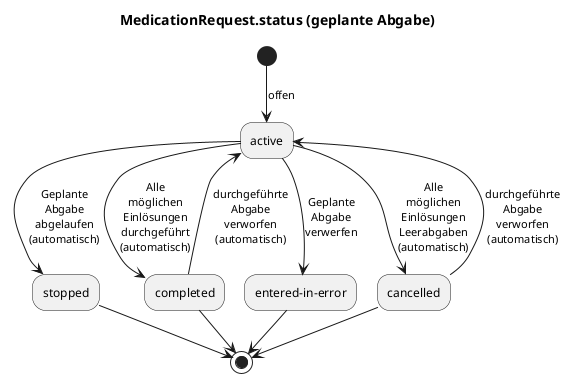
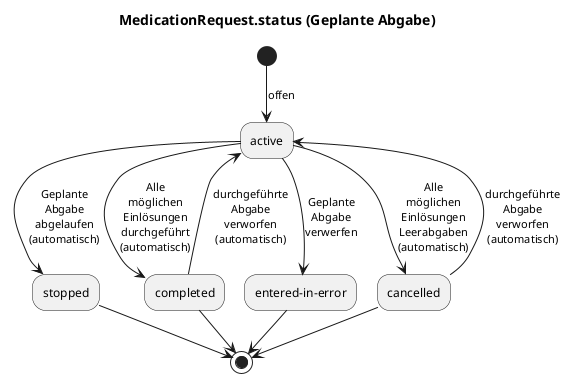
@startuml
- title MedicationRequest.status (geplante Abgabe)
+ title MedicationRequest.status (Geplante Abgabe)

(*) --> [offen] active
active --> [Geplante\nAbgabe\nabgelaufen\n(automatisch)] stopped
active --> [Alle\nmöglichen\nEinlösungen\ndurchgeführt\n(automatisch)] completed
active --> [Geplante\nAbgabe\nverwerfen] entered-in-error
active --> [Alle\nmöglichen\nEinlösungen\nLeerabgaben\n(automatisch)] cancelled
completed --> [durchgeführte\nAbgabe\nverworfen\n(automatisch)] active
cancelled --> [durchgeführte\nAbgabe\nverworfen\n(automatisch)] active
stopped --> (*)
"entered-in-error" --> (*)
completed --> (*)
cancelled --> (*)
@enduml